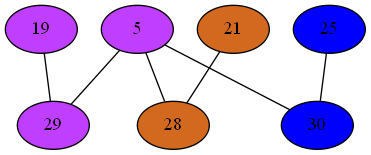
Before: Compiler/0phiGraph.png, a diagram exported from Graphviz (mbajaj92/Project-Astoria). Its source is kept beside it as Compiler/0phiGraph.dot.
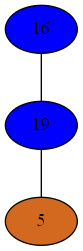
Later version of the same file.

Diff of the diagram source:
```diff
@@ -1,21 +1,9 @@
 strict graph {
-19[label="19" style=filled fillcolor="darkorchid1"];
-19 -- 29
-5[label="5" style=filled fillcolor="darkorchid1"];
-5 -- 28
-5 -- 29
-5 -- 30
-21[label="21" style=filled fillcolor="chocolate"];
-21 -- 28
-25[label="25" style=filled fillcolor="blue1"];
-25 -- 30
-28[label="28" style=filled fillcolor="chocolate"];
-28 -- 5
-28 -- 21
-29[label="29" style=filled fillcolor="darkorchid1"];
-29 -- 19
-29 -- 5
-30[label="30" style=filled fillcolor="blue1"];
-30 -- 5
-30 -- 25
+16[label="16" style=filled fillcolor="blue1"];
+16 -- 19
+19[label="19" style=filled fillcolor="blue1"];
+19 -- 16
+19 -- 5
+5[label="5" style=filled fillcolor="chocolate"];
+5 -- 19
 }
```
